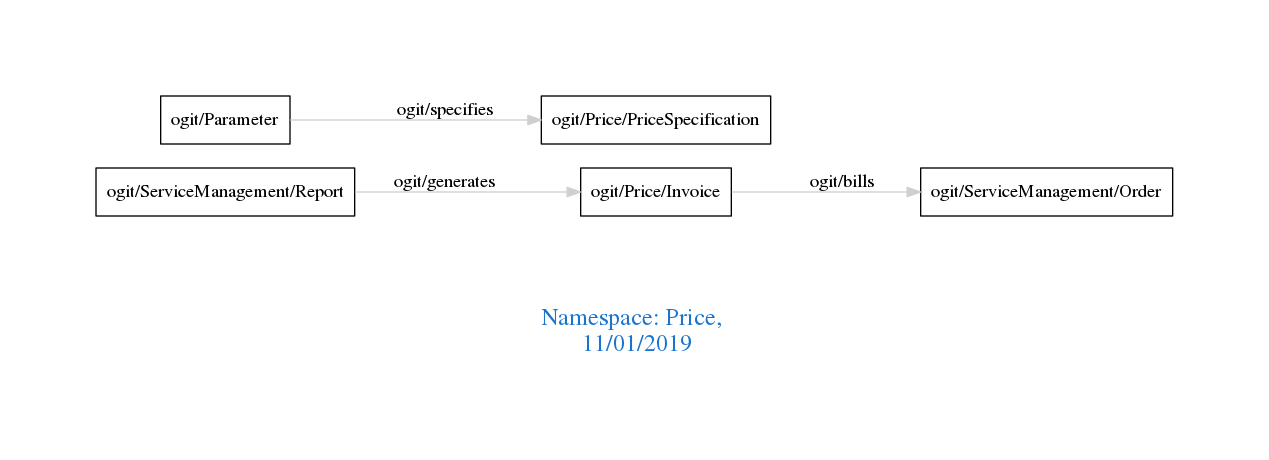
The Graphviz diagram downloads/Price.png in arago/OGIT, before a commit. Its source is kept beside it as downloads/Price.dot.
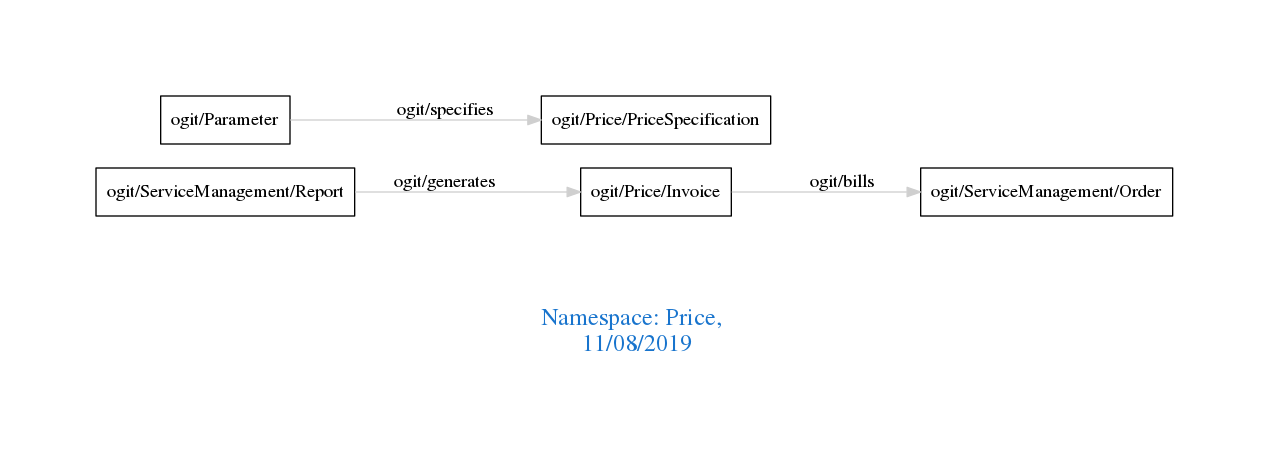
The same file after the commit.

The edit, as a diff of the source:
```diff
@@ -1,7 +1,7 @@
 digraph OGIT_ontology {
  graph [ rankdir= LR,pad=1
 fontsize = 18,
-fontcolor= dodgerblue3,label = "\n\n\nNamespace: Price, \n 11/01/2019"];
+fontcolor= dodgerblue3,label = "\n\n\nNamespace: Price, \n 11/08/2019"];
 node[shape=polygon];
 edge [  color="gray81"];
 
```
